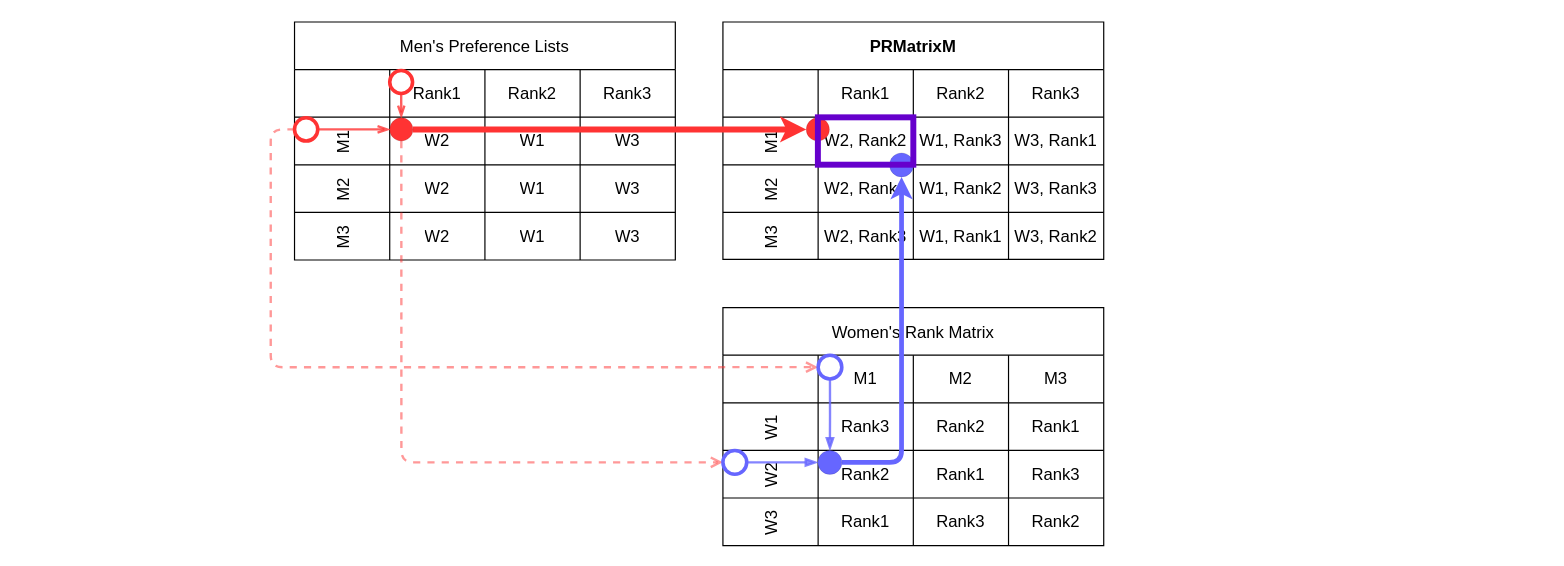
victorliu-sq/BambooSMP-Figures keeps this draw.io diagram as PRMatrix.drawio. Above is the earlier version. Source tidied: cells renumbered, new cells numbered last; positions are measured from the earlier drawing's top-left corner, leaving out a move shared by most shapes. Both pictures are drawn from the tidied source at 119%, with x=0, y=0 at pixel (294, 21).
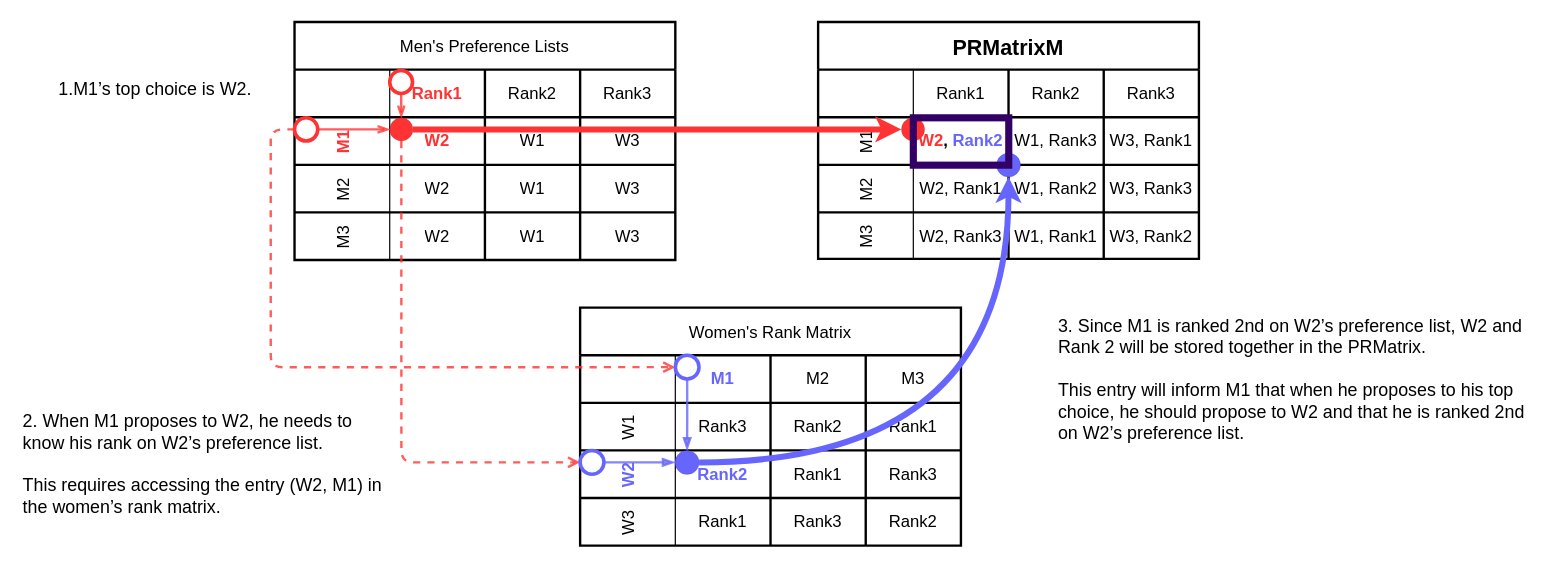
Above is the later version.

The change refers to these unchanged cells:
```xml
<mxCell id="3" style="shape=tableRow;horizontal=0;startSize=80;swimlaneHead=0;swimlaneBody=0;strokeColor=inherit;top=0;left=0;bottom=0;right=0;fillColor=none;fontSize=14;" parent="2" vertex="1">
  <mxGeometry y="40" width="320" height="40" as="geometry" />
</mxCell>
<mxCell id="20" style="shape=tableRow;horizontal=0;startSize=80;swimlaneHead=0;swimlaneBody=0;strokeColor=inherit;top=0;left=0;bottom=0;right=0;fillColor=none;fontSize=14;" parent="19" vertex="1">
  <mxGeometry y="40" width="320" height="40" as="geometry" />
</mxCell>
<mxCell id="41" value="M1" style="shape=tableRow;horizontal=0;startSize=80;swimlaneHead=0;swimlaneBody=0;strokeColor=inherit;top=0;left=0;bottom=0;right=0;fillColor=none;fontSize=14;" parent="36" vertex="1">
  <mxGeometry y="80" width="320" height="40" as="geometry" />
</mxCell>
<mxCell id="57" style="ellipse;whiteSpace=wrap;html=1;gradientColor=none;strokeWidth=0;fillColor=#FF3333;fontSize=14;" parent="1" vertex="1">
  <mxGeometry x="80" y="80.5" width="19.5" height="19.5" as="geometry" />
</mxCell>
<mxCell id="60" style="ellipse;whiteSpace=wrap;html=1;gradientColor=none;strokeWidth=3;fillColor=#FFFFFF;strokeColor=#FF3333;fontSize=14;" parent="1" vertex="1">
  <mxGeometry y="80.5" width="19.5" height="19.5" as="geometry" />
</mxCell>
```

Diff of the diagram source:
```diff
@@
-    <mxCell id="2" value="Men's Preference Lists" style="shape=table;startSize=40;childLayout=tableLayout;resizeLastRow=0;fontStyle=0;fontSize=14;" parent="1" vertex="1">
+    <mxCell id="2" value="Men's Preference Lists" style="shape=table;startSize=40;childLayout=tableLayout;resizeLastRow=0;fontStyle=0;fontSize=14;strokeWidth=2;" parent="1" vertex="1">
       <mxGeometry width="320" height="200" as="geometry" />
     </mxCell>
@@
-    <mxCell id="4" value="Rank1" style="shape=partialRectangle;html=1;whiteSpace=wrap;strokeColor=inherit;overflow=hidden;fillColor=none;top=0;left=0;bottom=0;right=0;fontSize=14;" parent="3" vertex="1">
+    <mxCell id="4" value="&lt;b&gt;&lt;font color=&quot;#ff3333&quot;&gt;Rank1&lt;/font&gt;&lt;/b&gt;" style="shape=partialRectangle;html=1;whiteSpace=wrap;strokeColor=inherit;overflow=hidden;fillColor=none;top=0;left=0;bottom=0;right=0;fontSize=14;" parent="3" vertex="1">
       <mxGeometry x="80" width="80" height="40" as="geometry" />
     </mxCell>
@@
-    <mxCell id="7" value="M1" style="shape=tableRow;horizontal=0;startSize=80;swimlaneHead=0;swimlaneBody=0;strokeColor=inherit;top=0;left=0;bottom=0;right=0;fillColor=none;fontSize=14;" parent="2" vertex="1">
+    <mxCell id="7" value="M1" style="shape=tableRow;horizontal=0;startSize=80;swimlaneHead=0;swimlaneBody=0;strokeColor=inherit;top=0;left=0;bottom=0;right=0;fillColor=none;fontSize=14;fontStyle=1;fontColor=#FF3333;" parent="2" vertex="1">
       <mxGeometry y="80" width="320" height="40" as="geometry" />
     </mxCell>
-    <mxCell id="8" value="W2" style="shape=partialRectangle;html=1;whiteSpace=wrap;overflow=hidden;top=0;left=0;bottom=0;right=0;strokeColor=default;fillColor=none;fontSize=14;" parent="7" vertex="1">
+    <mxCell id="8" value="&lt;b&gt;&lt;font color=&quot;#ff3333&quot;&gt;W2&lt;/font&gt;&lt;/b&gt;" style="shape=partialRectangle;html=1;whiteSpace=wrap;overflow=hidden;top=0;left=0;bottom=0;right=0;strokeColor=default;fillColor=none;fontSize=14;" parent="7" vertex="1">
       <mxGeometry x="80" width="80" height="40" as="geometry" />
     </mxCell>
@@
-    <mxCell id="19" value="Women's Rank Matrix" style="shape=table;startSize=40;childLayout=tableLayout;resizeLastRow=0;fontStyle=0;fontSize=14;" parent="1" vertex="1">
-      <mxGeometry x="360" y="240" width="320" height="200" as="geometry" />
+    <mxCell id="19" value="Women's Rank Matrix" style="shape=table;startSize=40;childLayout=tableLayout;resizeLastRow=0;fontStyle=0;fontSize=14;strokeWidth=2;" parent="1" vertex="1">
+      <mxGeometry x="240" y="240" width="320" height="200" as="geometry" />
     </mxCell>
@@
-    <mxCell id="21" value="M1" style="shape=partialRectangle;html=1;whiteSpace=wrap;strokeColor=inherit;overflow=hidden;fillColor=none;top=0;left=0;bottom=0;right=0;fontSize=14;" parent="20" vertex="1">
+    <mxCell id="21" value="&lt;b&gt;&lt;font color=&quot;#6666ff&quot;&gt;M1&lt;/font&gt;&lt;/b&gt;" style="shape=partialRectangle;html=1;whiteSpace=wrap;strokeColor=inherit;overflow=hidden;fillColor=none;top=0;left=0;bottom=0;right=0;fontSize=14;" parent="20" vertex="1">
       <mxGeometry x="80" width="80" height="40" as="geometry" />
     </mxCell>
@@
-    <mxCell id="28" value="W2" style="shape=tableRow;horizontal=0;startSize=80;swimlaneHead=0;swimlaneBody=0;strokeColor=inherit;top=0;left=0;bottom=0;right=0;fillColor=none;fontSize=14;" parent="19" vertex="1">
+    <mxCell id="28" value="W2" style="shape=tableRow;horizontal=0;startSize=80;swimlaneHead=0;swimlaneBody=0;strokeColor=inherit;top=0;left=0;bottom=0;right=0;fillColor=none;fontSize=14;fontStyle=1;fontColor=#6666FF;" parent="19" vertex="1">
       <mxGeometry y="120" width="320" height="40" as="geometry" />
     </mxCell>
-    <mxCell id="29" value="Rank2" style="shape=partialRectangle;html=1;whiteSpace=wrap;strokeColor=inherit;overflow=hidden;fillColor=none;top=0;left=0;bottom=0;right=0;fontSize=14;" parent="28" vertex="1">
+    <mxCell id="29" value="&lt;b&gt;&lt;font color=&quot;#6666ff&quot;&gt;Rank2&lt;/font&gt;&lt;/b&gt;" style="shape=partialRectangle;html=1;whiteSpace=wrap;strokeColor=inherit;overflow=hidden;fillColor=none;top=0;left=0;bottom=0;right=0;fontSize=14;" parent="28" vertex="1">
       <mxGeometry x="80" width="80" height="40" as="geometry" />
     </mxCell>
@@
-    <mxCell id="36" value="PRMatrixM" style="shape=table;startSize=40;childLayout=tableLayout;resizeLastRow=0;fontStyle=1;fontSize=14;" parent="1" vertex="1">
-      <mxGeometry x="360" width="320" height="199.5" as="geometry" />
+    <mxCell id="36" value="PRMatrixM" style="shape=table;startSize=40;childLayout=tableLayout;resizeLastRow=0;fontStyle=1;fontSize=18;strokeWidth=2;" parent="1" vertex="1">
+      <mxGeometry x="440" width="320" height="199" as="geometry" />
     </mxCell>
@@
-    <mxCell id="42" value="W2, Rank2" style="shape=partialRectangle;html=1;whiteSpace=wrap;overflow=hidden;top=0;left=0;bottom=0;right=0;strokeColor=default;fillColor=none;fontSize=14;" parent="41" vertex="1">
+    <mxCell id="42" value="&lt;b&gt;&lt;font color=&quot;#ff3333&quot;&gt;W2&lt;/font&gt;,&lt;font color=&quot;#6600cc&quot;&gt; &lt;/font&gt;&lt;font color=&quot;#6666ff&quot;&gt;Rank2&lt;/font&gt;&lt;/b&gt;" style="shape=partialRectangle;html=1;whiteSpace=wrap;overflow=hidden;top=0;left=0;bottom=0;right=0;strokeColor=default;fillColor=none;fontSize=14;" parent="41" vertex="1">
       <mxGeometry x="80" width="80" height="40" as="geometry" />
     </mxCell>
@@
     <mxCell id="49" value="M3" style="shape=tableRow;horizontal=0;startSize=80;swimlaneHead=0;swimlaneBody=0;strokeColor=inherit;top=0;left=0;bottom=0;right=0;fillColor=none;fontSize=14;" parent="36" vertex="1">
-      <mxGeometry y="160" width="320" height="40" as="geometry" />
+      <mxGeometry y="160" width="320" height="39" as="geometry" />
     </mxCell>
     <mxCell id="50" value="W2, Rank3" style="shape=partialRectangle;html=1;whiteSpace=wrap;overflow=hidden;top=0;left=0;bottom=0;right=0;fillColor=none;fontSize=14;" parent="49" vertex="1">
-      <mxGeometry x="80" width="80" height="40" as="geometry" />
+      <mxGeometry x="80" width="80" height="39" as="geometry" />
     </mxCell>
     <mxCell id="51" value="W1, Rank1" style="shape=partialRectangle;html=1;whiteSpace=wrap;overflow=hidden;top=0;left=0;bottom=0;right=0;fillColor=none;fontSize=14;" parent="49" vertex="1">
-      <mxGeometry x="160" width="80" height="40" as="geometry" />
+      <mxGeometry x="160" width="80" height="39" as="geometry" />
     </mxCell>
     <mxCell id="52" value="W3, Rank2" style="shape=partialRectangle;html=1;whiteSpace=wrap;strokeColor=inherit;overflow=hidden;fillColor=none;top=0;left=0;bottom=0;right=0;fontSize=14;" parent="49" vertex="1">
-      <mxGeometry x="240" width="80" height="40" as="geometry" />
+      <mxGeometry x="240" width="80" height="39" as="geometry" />
     </mxCell>
@@
-    <mxCell id="55" style="edgeStyle=orthogonalEdgeStyle;rounded=1;jettySize=auto;html=1;exitX=0.5;exitY=1;exitDx=0;exitDy=0;entryX=0;entryY=0.5;entryDx=0;entryDy=0;dashed=1;endArrow=open;endFill=0;strokeColor=#FF3333;strokeWidth=2;curved=0;opacity=50;fontSize=14;" parent="1" edge="1" source="57" target="64">
+    <mxCell id="55" style="edgeStyle=orthogonalEdgeStyle;rounded=1;jettySize=auto;html=1;exitX=0.5;exitY=1;exitDx=0;exitDy=0;entryX=0;entryY=0.5;entryDx=0;entryDy=0;dashed=1;endArrow=open;endFill=0;strokeColor=#FF3333;strokeWidth=2;curved=0;fontSize=14;opacity=80;" parent="1" edge="1" source="57" target="64">
       <mxGeometry relative="1" as="geometry" />
     </mxCell>
@@
-    <mxCell id="59" style="edgeStyle=orthogonalEdgeStyle;rounded=1;jettySize=auto;html=1;exitX=0;exitY=0.5;exitDx=0;exitDy=0;entryX=0;entryY=0.5;entryDx=0;entryDy=0;dashed=1;endArrow=open;endFill=0;strokeColor=#FF3333;strokeWidth=2;curved=0;opacity=50;fontSize=14;" parent="1" edge="1" source="60" target="62">
+    <mxCell id="59" style="edgeStyle=orthogonalEdgeStyle;rounded=1;jettySize=auto;html=1;exitX=0;exitY=0.5;exitDx=0;exitDy=0;entryX=0;entryY=0.5;entryDx=0;entryDy=0;dashed=1;endArrow=open;endFill=0;strokeColor=#FF3333;strokeWidth=2;curved=0;fontSize=14;opacity=80;" parent="1" edge="1" source="60" target="62">
       <mxGeometry relative="1" as="geometry" />
     </mxCell>
@@
     <mxCell id="62" style="ellipse;whiteSpace=wrap;html=1;gradientColor=none;strokeWidth=3;fillColor=#FFFFFF;strokeColor=#6666FF;fontSize=14;" parent="1" vertex="1">
-      <mxGeometry x="440" y="280.1" width="19.9" height="19.9" as="geometry" />
+      <mxGeometry x="320" y="280.1" width="19.9" height="19.9" as="geometry" />
     </mxCell>
@@
     <mxCell id="64" style="ellipse;whiteSpace=wrap;html=1;strokeWidth=3;strokeColor=#6666FF;fontSize=14;" parent="1" vertex="1">
-      <mxGeometry x="360" y="360" width="20" height="20" as="geometry" />
+      <mxGeometry x="240" y="360" width="20" height="20" as="geometry" />
     </mxCell>
-    <mxCell id="65" style="edgeStyle=orthogonalEdgeStyle;rounded=1;jettySize=auto;html=1;exitX=1;exitY=0.5;exitDx=0;exitDy=0;entryX=0.5;entryY=1;entryDx=0;entryDy=0;curved=0;strokeColor=#6666FF;strokeWidth=4;fontSize=14;" parent="1" edge="1" source="66" target="68">
+    <mxCell id="65" style="edgeStyle=orthogonalEdgeStyle;rounded=0;jettySize=auto;html=1;exitX=1;exitY=0.5;exitDx=0;exitDy=0;entryX=0.5;entryY=1;entryDx=0;entryDy=0;curved=1;strokeWidth=5;strokeColor=#6666FF;" parent="1" edge="1" source="66" target="68">
       <mxGeometry relative="1" as="geometry" />
     </mxCell>
     <mxCell id="66" style="ellipse;whiteSpace=wrap;html=1;gradientColor=none;strokeWidth=0;fillColor=#6666FF;fontSize=14;" parent="1" vertex="1">
-      <mxGeometry x="439.8" y="360" width="20.2" height="20.2" as="geometry" />
+      <mxGeometry x="319.8" y="360" width="20.2" height="20.2" as="geometry" />
     </mxCell>
     <mxCell id="67" style="ellipse;whiteSpace=wrap;html=1;gradientColor=none;strokeWidth=0;fillColor=#FF3333;fontSize=14;" parent="1" vertex="1">
-      <mxGeometry x="430" y="80.5" width="19.5" height="19.5" as="geometry" />
+      <mxGeometry x="510" y="80.5" width="19.5" height="19.5" as="geometry" />
     </mxCell>
     <mxCell id="68" style="ellipse;whiteSpace=wrap;html=1;gradientColor=none;strokeWidth=0;fillColor=#6666FF;fontSize=14;" parent="1" vertex="1">
-      <mxGeometry x="500" y="110" width="20.2" height="20.2" as="geometry" />
+      <mxGeometry x="589.9" y="110" width="20.2" height="20.2" as="geometry" />
     </mxCell>
-    <mxCell id="69" style="whiteSpace=wrap;html=1;fillColor=none;strokeWidth=5;strokeColor=#6600CC;fontSize=15;" parent="1" vertex="1">
-      <mxGeometry x="439.8" y="80.1" width="80.2" height="39.8" as="geometry" />
+    <mxCell id="69" style="whiteSpace=wrap;html=1;fillColor=none;strokeWidth=6;strokeColor=#330066;fontSize=15;" parent="1" vertex="1">
+      <mxGeometry x="520" y="80.5" width="80.2" height="39.8" as="geometry" />
     </mxCell>
+    <mxCell id="70" value="1.M1’s top choice is W2." style="text;whiteSpace=wrap;fontStyle=0;fontSize=15;" parent="1" vertex="1">
+      <mxGeometry x="-200" y="41" width="190" height="40" as="geometry" />
+    </mxCell>
+    <mxCell id="71" value="2. When M1 proposes to W2, he needs to know his rank on W2’s preference list.&#10;&#10;This requires accessing the entry (W2, M1) in the women’s rank matrix." style="text;whiteSpace=wrap;fontSize=15;fontStyle=0;" parent="1" vertex="1">
+      <mxGeometry x="-230" y="320" width="310" height="50" as="geometry" />
+    </mxCell>
+    <mxCell id="72" value="3. Since M1 is ranked 2nd on W2’s preference list, W2 and Rank 2 will be stored together in the PRMatrix. &#10;&#10;This entry will inform M1 that when he proposes to his top choice, he should propose to W2 and that he is ranked 2nd on W2’s preference list." style="text;whiteSpace=wrap;fontSize=15;fontStyle=0;" parent="1" vertex="1">
+      <mxGeometry x="640" y="240" width="409.8" height="120" as="geometry" />
+    </mxCell>
```
